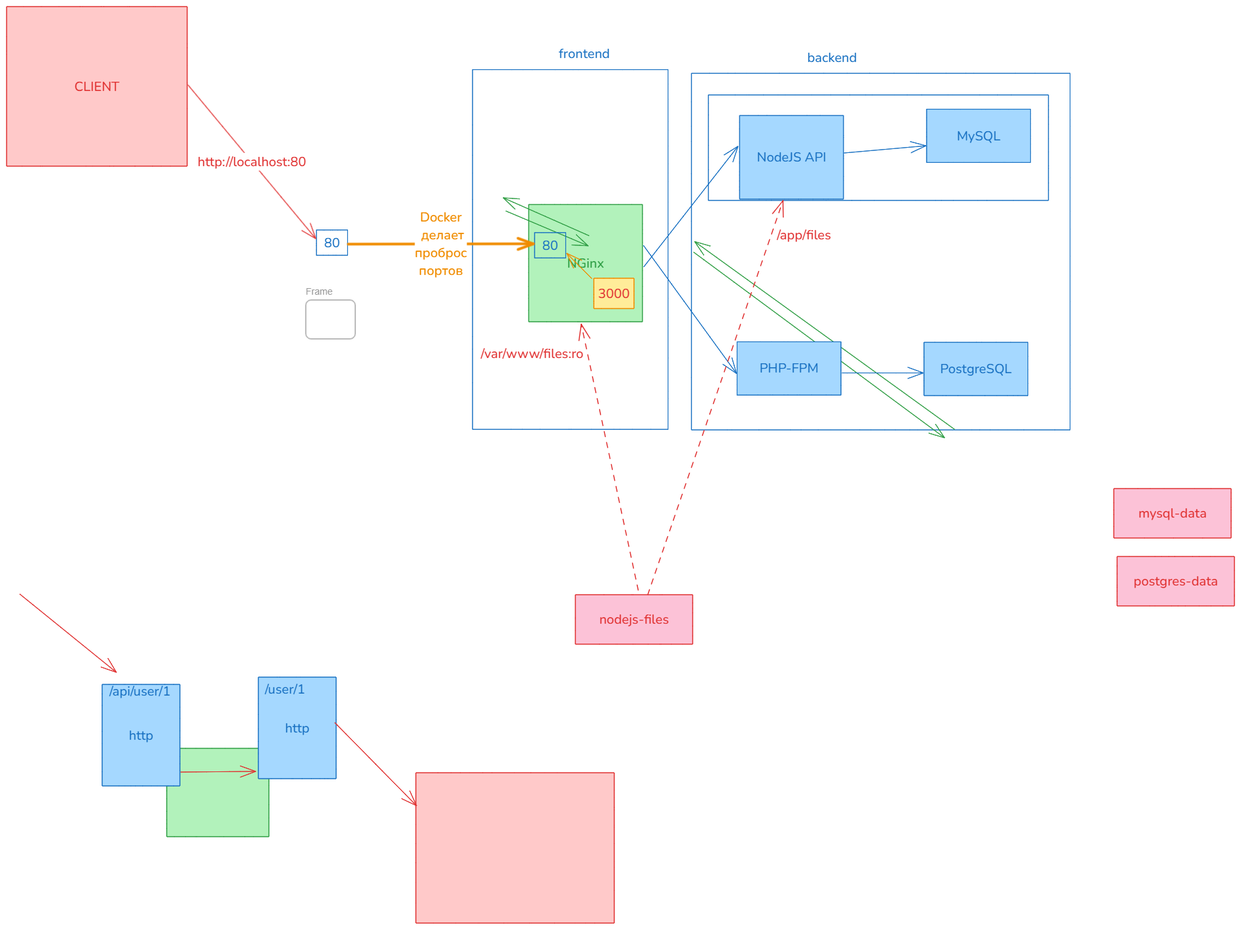
This is dc/system.excalidraw.png from silvercodes/p23_p31_docker, a Excalidraw export, as it was before one commit. Source tidied: one line per element, renumbered; positions are measured from the earlier drawing's top-left corner, leaving out a move shared by most shapes.
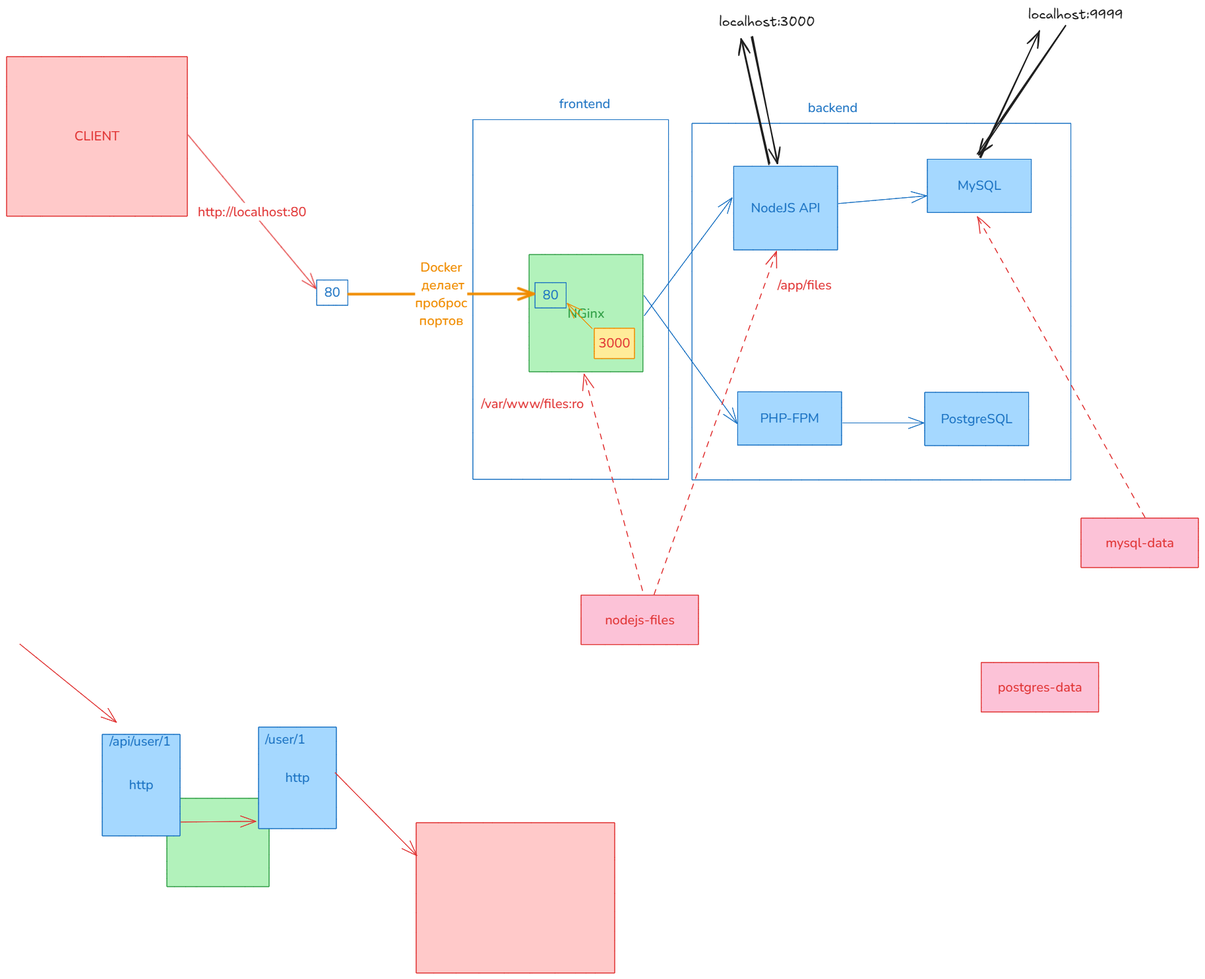
Above is the later version.

What changed in the source:
```diff
@@ -1,17 +1,17 @@
 {"id": 0, "type": "rectangle", "strokeColor": "#1971c2", "strokeWidth": 1, "roughness": 0, "x": 1039, "y": 101, "width": 574, "height": 541}
 {"id": 1, "type": "rectangle", "strokeColor": "#2f9e44", "backgroundColor": "#b2f2bb", "fillStyle": "solid", "strokeWidth": 1, "roughness": 0, "x": 792, "y": 300, "width": 173, "height": 178}
 {"id": 2, "type": "text", "text": "NGinx", "strokeColor": "#2f9e44", "backgroundColor": "#b2f2bb", "fillStyle": "solid", "strokeWidth": 1, "roughness": 0, "fontSize": 20, "fontFamily": 6, "textAlign": "center", "verticalAlign": "middle", "inside": 1, "x": 850, "y": 376, "width": 56, "height": 27}
-{"id": 3, "type": "rectangle", "strokeColor": "#1971c2", "backgroundColor": "#a5d8ff", "fillStyle": "solid", "strokeWidth": 1, "roughness": 0, "x": 1112, "y": 165, "width": 158, "height": 127}
+{"id": 3, "type": "rectangle", "strokeColor": "#1971c2", "backgroundColor": "#a5d8ff", "fillStyle": "solid", "strokeWidth": 1, "roughness": 0, "x": 1102, "y": 166, "width": 158, "height": 127}
-{"id": 4, "type": "text", "text": "NodeJS API", "strokeColor": "#1971c2", "backgroundColor": "#b2f2bb", "fillStyle": "solid", "strokeWidth": 1, "roughness": 0, "fontSize": 20, "fontFamily": 6, "textAlign": "center", "verticalAlign": "middle", "inside": 3, "x": 1138, "y": 215, "width": 105, "height": 27}
+{"id": 4, "type": "text", "text": "NodeJS API", "strokeColor": "#1971c2", "backgroundColor": "#b2f2bb", "fillStyle": "solid", "strokeWidth": 1, "roughness": 0, "fontSize": 20, "fontFamily": 6, "textAlign": "center", "verticalAlign": "middle", "inside": 3, "x": 1129, "y": 216, "width": 105, "height": 27}
 {"id": 5, "type": "rectangle", "strokeColor": "#1971c2", "backgroundColor": "#a5d8ff", "fillStyle": "solid", "strokeWidth": 1, "roughness": 0, "x": 1108, "y": 508, "width": 158, "height": 81}
 {"id": 6, "type": "text", "text": "PHP-FPM", "strokeColor": "#1971c2", "backgroundColor": "#b2f2bb", "fillStyle": "solid", "strokeWidth": 1, "roughness": 0, "fontSize": 20, "fontFamily": 6, "textAlign": "center", "verticalAlign": "middle", "inside": 5, "x": 1142, "y": 535, "width": 90, "height": 27}
 {"id": 7, "type": "rectangle", "strokeColor": "#1971c2", "backgroundColor": "#a5d8ff", "fillStyle": "solid", "strokeWidth": 1, "roughness": 0, "x": 1396, "y": 156, "width": 158, "height": 81}
 {"id": 8, "type": "text", "text": "MySQL", "strokeColor": "#1971c2", "backgroundColor": "#b2f2bb", "fillStyle": "solid", "strokeWidth": 1, "roughness": 0, "fontSize": 20, "fontFamily": 6, "textAlign": "center", "verticalAlign": "middle", "inside": 7, "x": 1442, "y": 183, "width": 66, "height": 27}
 {"id": 9, "type": "rectangle", "strokeColor": "#1971c2", "backgroundColor": "#a5d8ff", "fillStyle": "solid", "strokeWidth": 1, "roughness": 0, "x": 1392, "y": 509, "width": 158, "height": 81}
 {"id": 10, "type": "text", "text": "PostgreSQL", "strokeColor": "#1971c2", "backgroundColor": "#b2f2bb", "fillStyle": "solid", "strokeWidth": 1, "roughness": 0, "fontSize": 20, "fontFamily": 6, "textAlign": "center", "verticalAlign": "middle", "inside": 9, "x": 1417, "y": 536, "width": 108, "height": 27}
-{"id": 11, "type": "arrow", "strokeColor": "#1971c2", "backgroundColor": "#a5d8ff", "fillStyle": "solid", "strokeWidth": 1, "roughness": 0, "endArrowhead": "arrow", "round": true, "from": 3, "to": 7, "x": 1271, "y": 222, "width": 124, "height": 11, "points": [[0, 0], [124, -11]]}
+{"id": 11, "type": "arrow", "strokeColor": "#1971c2", "backgroundColor": "#a5d8ff", "fillStyle": "solid", "strokeWidth": 1, "roughness": 0, "endArrowhead": "arrow", "round": true, "from": 3, "to": 7, "x": 1261, "y": 223, "width": 134, "height": 12, "points": [[0, 0], [134, -12]]}
 {"id": 12, "type": "arrow", "strokeColor": "#1971c2", "backgroundColor": "#a5d8ff", "fillStyle": "solid", "strokeWidth": 1, "roughness": 0, "endArrowhead": "arrow", "round": true, "from": 5, "to": 9, "x": 1268, "y": 556, "width": 123, "height": 0, "points": [[0, 0], [123, 0]]}
-{"id": 13, "type": "arrow", "strokeColor": "#1971c2", "backgroundColor": "#a5d8ff", "fillStyle": "solid", "strokeWidth": 1, "roughness": 0, "endArrowhead": "arrow", "round": true, "from": 1, "to": 3, "x": 967, "y": 395, "width": 143, "height": 183, "points": [[0, 0], [143, -183]]}
+{"id": 13, "type": "arrow", "strokeColor": "#1971c2", "backgroundColor": "#a5d8ff", "fillStyle": "solid", "strokeWidth": 1, "roughness": 0, "endArrowhead": "arrow", "round": true, "from": 1, "to": 3, "x": 967, "y": 393, "width": 133, "height": 179, "points": [[0, 0], [133, -179]]}
 {"id": 14, "type": "arrow", "strokeColor": "#1971c2", "backgroundColor": "#a5d8ff", "fillStyle": "solid", "strokeWidth": 1, "roughness": 0, "endArrowhead": "arrow", "round": true, "from": 1, "to": 5, "x": 966, "y": 362, "width": 141, "height": 194, "points": [[0, 0], [141, 194]]}
 {"id": 15, "type": "text", "text": "backend", "strokeColor": "#1971c2", "strokeWidth": 1, "roughness": 0, "fontSize": 20, "fontFamily": 6, "x": 1215, "y": 64, "width": 75, "height": 27}
 {"id": 16, "type": "rectangle", "strokeColor": "#1971c2", "strokeWidth": 1, "roughness": 0, "x": 707, "y": 96, "width": 297, "height": 546}
@@ -29,13 +29,13 @@
 {"id": 28, "type": "arrow", "strokeColor": "#f08c00", "backgroundColor": "#ffec99", "fillStyle": "solid", "strokeWidth": 1, "roughness": 0, "endArrowhead": "arrow", "round": true, "from": 26, "to": 24, "x": 888, "y": 413, "width": 38, "height": 38, "points": [[0, 0], [-38, -38]]}
 {"id": 29, "type": "arrow", "strokeColor": "#f08c00", "backgroundColor": "#ffec99", "fillStyle": "solid", "strokeWidth": 4, "roughness": 0, "endArrowhead": "arrow", "round": true, "from": 18, "to": 24, "x": 518, "y": 360, "width": 281, "height": 0, "points": [[0, 0], [281, 0]]}
 {"id": 30, "type": "text", "text": "Docker\n делает\nпроброс\nпортов", "strokeColor": "#f08c00", "backgroundColor": "#ffec99", "fillStyle": "solid", "strokeWidth": 4, "roughness": 0, "fontSize": 20, "fontFamily": 6, "textAlign": "center", "verticalAlign": "middle", "inside": 29, "x": 646, "y": 307, "width": 79, "height": 108}
-{"id": 31, "type": "rectangle", "strokeColor": "#e03131", "backgroundColor": "#fcc2d7", "fillStyle": "solid", "strokeWidth": 1, "roughness": 0, "x": 863, "y": 892, "width": 178, "height": 75}
+{"id": 31, "type": "rectangle", "strokeColor": "#e03131", "backgroundColor": "#fcc2d7", "fillStyle": "solid", "strokeWidth": 1, "roughness": 0, "x": 871, "y": 817, "width": 178, "height": 75}
-{"id": 32, "type": "text", "text": "nodejs-files", "strokeColor": "#e03131", "backgroundColor": "#fcc2d7", "fillStyle": "solid", "strokeWidth": 1, "roughness": 0, "fontSize": 20, "fontFamily": 6, "textAlign": "center", "verticalAlign": "middle", "inside": 31, "x": 899, "y": 916, "width": 106, "height": 27}
+{"id": 32, "type": "text", "text": "nodejs-files", "strokeColor": "#e03131", "backgroundColor": "#fcc2d7", "fillStyle": "solid", "strokeWidth": 1, "roughness": 0, "fontSize": 20, "fontFamily": 6, "textAlign": "center", "verticalAlign": "middle", "inside": 31, "x": 907, "y": 841, "width": 106, "height": 27}
-{"id": 33, "type": "rectangle", "strokeColor": "#e03131", "backgroundColor": "#fcc2d7", "fillStyle": "solid", "strokeWidth": 1, "roughness": 0, "x": 1680, "y": 731, "width": 178, "height": 75}
+{"id": 33, "type": "rectangle", "strokeColor": "#e03131", "backgroundColor": "#fcc2d7", "fillStyle": "solid", "strokeWidth": 1, "roughness": 0, "x": 1629, "y": 700, "width": 178, "height": 75}
-{"id": 34, "type": "text", "text": "mysql-data", "strokeColor": "#e03131", "backgroundColor": "#fcc2d7", "fillStyle": "solid", "strokeWidth": 1, "roughness": 0, "fontSize": 20, "fontFamily": 6, "textAlign": "center", "verticalAlign": "middle", "inside": 33, "x": 1717, "y": 755, "width": 104, "height": 27}
+{"id": 34, "type": "text", "text": "mysql-data", "strokeColor": "#e03131", "backgroundColor": "#fcc2d7", "fillStyle": "solid", "strokeWidth": 1, "roughness": 0, "fontSize": 20, "fontFamily": 6, "textAlign": "center", "verticalAlign": "middle", "inside": 33, "x": 1666, "y": 724, "width": 104, "height": 27}
-{"id": 35, "type": "rectangle", "strokeColor": "#e03131", "backgroundColor": "#fcc2d7", "fillStyle": "solid", "strokeWidth": 1, "roughness": 0, "x": 1685, "y": 834, "width": 178, "height": 75}
+{"id": 35, "type": "rectangle", "strokeColor": "#e03131", "backgroundColor": "#fcc2d7", "fillStyle": "solid", "strokeWidth": 1, "roughness": 0, "x": 1478, "y": 919, "width": 178, "height": 75}
-{"id": 36, "type": "text", "text": "postgres-data", "strokeColor": "#e03131", "backgroundColor": "#fcc2d7", "fillStyle": "solid", "strokeWidth": 1, "roughness": 0, "fontSize": 20, "fontFamily": 6, "textAlign": "center", "verticalAlign": "middle", "inside": 35, "x": 1710, "y": 858, "width": 128, "height": 27}
+{"id": 36, "type": "text", "text": "postgres-data", "strokeColor": "#e03131", "backgroundColor": "#fcc2d7", "fillStyle": "solid", "strokeWidth": 1, "roughness": 0, "fontSize": 20, "fontFamily": 6, "textAlign": "center", "verticalAlign": "middle", "inside": 35, "x": 1503, "y": 943, "width": 128, "height": 27}
-{"id": 37, "type": "arrow", "strokeColor": "#e03131", "backgroundColor": "#fcc2d7", "fillStyle": "solid", "strokeWidth": 1, "strokeStyle": "dashed", "roughness": 0, "endArrowhead": "arrow", "round": true, "from": 31, "to": 1, "x": 958, "y": 885, "width": 86, "height": 403, "points": [[0, 0], [-86, -403]]}
+{"id": 37, "type": "arrow", "strokeColor": "#e03131", "backgroundColor": "#fcc2d7", "fillStyle": "solid", "strokeWidth": 1, "strokeStyle": "dashed", "roughness": 0, "endArrowhead": "arrow", "round": true, "from": 31, "to": 1, "x": 964, "y": 810, "width": 89, "height": 328, "points": [[0, 0], [-89, -328]]}
 {"id": 38, "type": "rectangle", "strokeColor": "#2f9e44", "backgroundColor": "#b2f2bb", "fillStyle": "solid", "strokeWidth": 1, "roughness": 0, "x": 243, "y": 1125, "width": 155, "height": 134}
 {"id": 39, "type": "rectangle", "strokeColor": "#1971c2", "backgroundColor": "#a5d8ff", "fillStyle": "solid", "strokeWidth": 1, "roughness": 0, "x": 145, "y": 1028, "width": 118, "height": 154}
 {"id": 40, "type": "text", "text": "http", "strokeColor": "#1971c2", "backgroundColor": "#a5d8ff", "fillStyle": "solid", "strokeWidth": 1, "roughness": 0, "fontSize": 20, "fontFamily": 6, "textAlign": "center", "verticalAlign": "middle", "inside": 39, "x": 185, "y": 1091, "width": 37, "height": 27}
@@ -47,6 +47,11 @@
 {"id": 46, "type": "arrow", "strokeColor": "#e03131", "backgroundColor": "#ffc9c9", "fillStyle": "solid", "strokeWidth": 1, "roughness": 0, "endArrowhead": "arrow", "round": true, "to": 41, "x": 20, "y": 891, "width": 147, "height": 119, "points": [[0, 0], [147, 119]]}
 {"id": 47, "type": "arrow", "strokeColor": "#e03131", "backgroundColor": "#ffc9c9", "fillStyle": "solid", "strokeWidth": 1, "roughness": 0, "endArrowhead": "arrow", "round": true, "from": 42, "to": 45, "x": 498, "y": 1086, "width": 124, "height": 126, "points": [[0, 0], [124, 126]]}
 {"id": 48, "type": "arrow", "strokeColor": "#e03131", "backgroundColor": "#ffc9c9", "fillStyle": "solid", "strokeWidth": 1, "roughness": 0, "endArrowhead": "arrow", "round": true, "from": 39, "to": 42, "x": 264, "y": 1161, "width": 114, "height": 1, "points": [[0, 0], [114, -1]]}
-{"id": 49, "type": "arrow", "strokeColor": "#e03131", "backgroundColor": "#fcc2d7", "fillStyle": "solid", "strokeWidth": 1, "strokeStyle": "dashed", "roughness": 0, "endArrowhead": "arrow", "round": true, "from": 31, "to": 3, "x": 973, "y": 892, "width": 205, "height": 597, "points": [[0, 0], [205, -597]]}
+{"id": 49, "type": "arrow", "strokeColor": "#e03131", "backgroundColor": "#fcc2d7", "fillStyle": "solid", "strokeWidth": 1, "strokeStyle": "dashed", "roughness": 0, "endArrowhead": "arrow", "round": true, "from": 31, "to": 3, "x": 982, "y": 816, "width": 186, "height": 520, "points": [[0, 0], [186, -520]]}
 {"id": 50, "type": "text", "text": "/app/files", "strokeColor": "#e03131", "backgroundColor": "#ffc9c9", "fillStyle": "solid", "strokeWidth": 1, "roughness": 0, "fontSize": 20, "fontFamily": 6, "x": 1169, "y": 333, "width": 82, "height": 27}
 {"id": 51, "type": "text", "text": "/var/www/files:ro", "strokeColor": "#e03131", "backgroundColor": "#ffc9c9", "fillStyle": "solid", "strokeWidth": 1, "roughness": 0, "fontSize": 20, "fontFamily": 6, "x": 719, "y": 513, "width": 156, "height": 27}
+{"id": 52, "type": "arrow", "strokeColor": "#e03131", "strokeWidth": 1, "strokeStyle": "dashed", "roughness": 1, "endArrowhead": "arrow", "round": true, "from": 33, "to": 7, "x": 1726, "y": 699, "width": 253, "height": 457, "points": [[0, 0], [-253, -457]]}
+{"id": 53, "type": "text", "text": "localhost:3000", "strokeColor": "#1e1e1e", "strokeWidth": 2, "roughness": 1, "fontSize": 20, "fontFamily": 5, "x": 1080, "y": -64, "width": 145, "height": 25}
+{"id": 54, "type": "text", "text": "localhost:9999", "strokeColor": "#1e1e1e", "strokeWidth": 2, "roughness": 1, "fontSize": 20, "fontFamily": 5, "x": 1549, "y": -76, "width": 143, "height": 25}
+{"id": 55, "type": "arrow", "strokeColor": "#1e1e1e", "strokeWidth": 2, "roughness": 1, "endArrowhead": "arrow", "round": true, "from": 53, "to": 3, "x": 1130, "y": -30, "width": 38, "height": 191, "points": [[0, 0], [38, 191]]}
+{"id": 56, "type": "arrow", "strokeColor": "#1e1e1e", "strokeWidth": 2, "roughness": 1, "endArrowhead": "arrow", "round": true, "from": 54, "to": 7, "x": 1605, "y": -46, "width": 132, "height": 194, "points": [[0, 0], [-132, 194]]}
```
